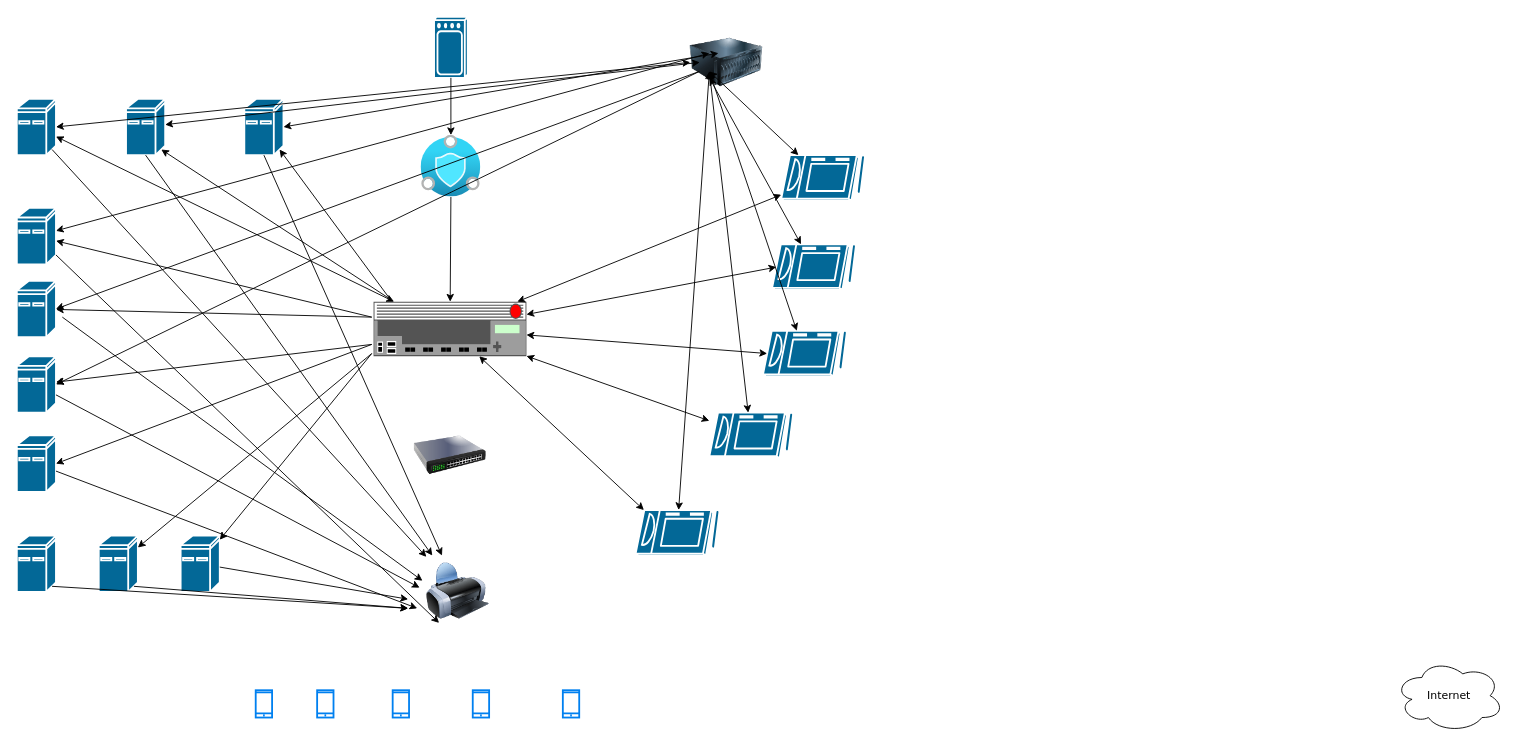
The draw.io diagram frontend/Diagramme sans nom.drawio in Steph3146/2022-09-JS-TLSE-MakeSense, before the edit. Source tidied: cells renumbered, new cells numbered last; positions are measured from the earlier drawing's top-left corner, leaving out a move shared by most shapes. Both pictures are drawn from the tidied source at 91%, with x=0, y=0 at pixel (16, 16).
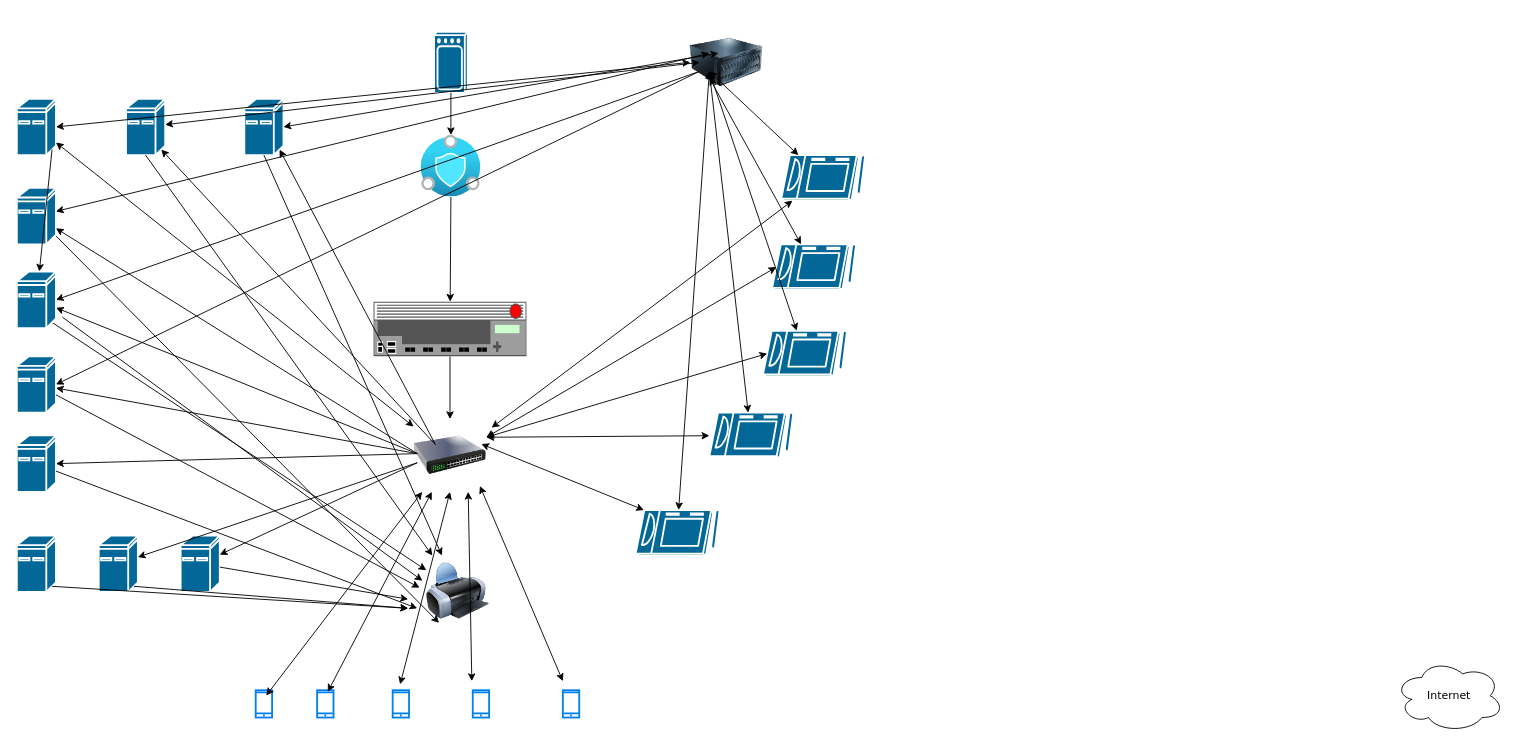
Above is the later version.

Commit message (it also covers changes not shown here):
Mettre à jour Diagramme sans nom.drawio

The change refers to these unchanged cells:
```xml
<mxCell id="3" style="shape=mxgraph.cisco.computers_and_peripherals.ibm_mini_as400;sketch=0;html=1;dashed=0;fillColor=#036897;strokeColor=#ffffff;strokeWidth=2;verticalLabelPosition=bottom;verticalAlign=top;align=center;outlineConnect=0;" parent="1" vertex="1">
  <mxGeometry y="90" width="43" height="62" as="geometry" />
</mxCell>
<mxCell id="4" style="shape=mxgraph.cisco.computers_and_peripherals.ibm_mini_as400;sketch=0;html=1;dashed=0;fillColor=#036897;strokeColor=#ffffff;strokeWidth=2;verticalLabelPosition=bottom;verticalAlign=top;align=center;outlineConnect=0;" parent="1" vertex="1">
  <mxGeometry x="250" y="90" width="43" height="62" as="geometry" />
</mxCell>
<mxCell id="6" style="shape=mxgraph.cisco.computers_and_peripherals.ibm_mini_as400;sketch=0;html=1;dashed=0;fillColor=#036897;strokeColor=#ffffff;strokeWidth=2;verticalLabelPosition=bottom;verticalAlign=top;align=center;outlineConnect=0;" parent="1" vertex="1">
  <mxGeometry y="460" width="43" height="62" as="geometry" />
</mxCell>
<mxCell id="9" style="shape=mxgraph.cisco.computers_and_peripherals.ibm_mini_as400;sketch=0;html=1;dashed=0;fillColor=#036897;strokeColor=#ffffff;strokeWidth=2;verticalLabelPosition=bottom;verticalAlign=top;align=center;outlineConnect=0;" parent="1" vertex="1">
  <mxGeometry x="120" y="90" width="43" height="62" as="geometry" />
</mxCell>
<mxCell id="10" style="shape=mxgraph.cisco.computers_and_peripherals.ibm_mini_as400;sketch=0;html=1;dashed=0;fillColor=#036897;strokeColor=#ffffff;strokeWidth=2;verticalLabelPosition=bottom;verticalAlign=top;align=center;outlineConnect=0;" parent="1" vertex="1">
  <mxGeometry y="373" width="43" height="62" as="geometry" />
</mxCell>
<mxCell id="11" style="shape=mxgraph.cisco.computers_and_peripherals.ibm_mini_as400;sketch=0;html=1;dashed=0;fillColor=#036897;strokeColor=#ffffff;strokeWidth=2;verticalLabelPosition=bottom;verticalAlign=top;align=center;outlineConnect=0;" parent="1" vertex="1">
  <mxGeometry x="180" y="570" width="43" height="62" as="geometry" />
</mxCell>
<mxCell id="12" style="shape=mxgraph.cisco.computers_and_peripherals.tablet;sketch=0;html=1;dashed=0;fillColor=#036897;strokeColor=#ffffff;strokeWidth=2;verticalLabelPosition=bottom;verticalAlign=top;align=center;outlineConnect=0;" parent="1" vertex="1">
  <mxGeometry x="820" y="345" width="91" height="50" as="geometry" />
</mxCell>
<mxCell id="13" style="shape=mxgraph.cisco.computers_and_peripherals.tablet;sketch=0;html=1;dashed=0;fillColor=#036897;strokeColor=#ffffff;strokeWidth=2;verticalLabelPosition=bottom;verticalAlign=top;align=center;outlineConnect=0;" parent="1" vertex="1">
  <mxGeometry x="761" y="435" width="91" height="50" as="geometry" />
</mxCell>
<mxCell id="14" style="shape=mxgraph.cisco.computers_and_peripherals.tablet;sketch=0;html=1;dashed=0;fillColor=#036897;strokeColor=#ffffff;strokeWidth=2;verticalLabelPosition=bottom;verticalAlign=top;align=center;outlineConnect=0;" parent="1" vertex="1">
  <mxGeometry x="840" y="152" width="91" height="50" as="geometry" />
</mxCell>
<mxCell id="15" style="shape=mxgraph.cisco.computers_and_peripherals.tablet;sketch=0;html=1;dashed=0;fillColor=#036897;strokeColor=#ffffff;strokeWidth=2;verticalLabelPosition=bottom;verticalAlign=top;align=center;outlineConnect=0;" parent="1" vertex="1">
  <mxGeometry x="830" y="250" width="91" height="50" as="geometry" />
</mxCell>
<mxCell id="16" style="shape=mxgraph.cisco.computers_and_peripherals.tablet;sketch=0;html=1;dashed=0;fillColor=#036897;strokeColor=#ffffff;strokeWidth=2;verticalLabelPosition=bottom;verticalAlign=top;align=center;outlineConnect=0;" parent="1" vertex="1">
  <mxGeometry x="680" y="542" width="91" height="50" as="geometry" />
</mxCell>
<mxCell id="17" style="html=1;verticalLabelPosition=bottom;align=center;labelBackgroundColor=#ffffff;verticalAlign=top;strokeWidth=2;strokeColor=#0080F0;shadow=0;dashed=0;shape=mxgraph.ios7.icons.smartphone;" parent="1" vertex="1">
  <mxGeometry x="262.5" y="740" width="18" height="30" as="geometry" />
</mxCell>
<mxCell id="19" style="strokeColor=#666666;html=1;labelPosition=right;align=left;spacingLeft=15;shadow=0;dashed=0;outlineConnect=0;shape=mxgraph.rack.f5.big_ip_110x0;" parent="1" vertex="1">
  <mxGeometry x="392" y="313" width="168" height="60" as="geometry" />
</mxCell>
<mxCell id="20" style="image;html=1;image=img/lib/clip_art/networking/Switch_128x128.png;" parent="1" vertex="1">
  <mxGeometry x="436" y="442" width="80" height="80" as="geometry" />
</mxCell>
<mxCell id="21" style="shape=mxgraph.cisco.computers_and_peripherals.ibm_mini_as400;sketch=0;html=1;dashed=0;fillColor=#036897;strokeColor=#ffffff;strokeWidth=2;verticalLabelPosition=bottom;verticalAlign=top;align=center;outlineConnect=0;" parent="1" vertex="1">
  <mxGeometry x="90" y="570" width="43" height="62" as="geometry" />
</mxCell>
<mxCell id="22" style="html=1;verticalLabelPosition=bottom;align=center;labelBackgroundColor=#ffffff;verticalAlign=top;strokeWidth=2;strokeColor=#0080F0;shadow=0;dashed=0;shape=mxgraph.ios7.icons.smartphone;" parent="1" vertex="1">
  <mxGeometry x="413" y="740" width="18" height="30" as="geometry" />
</mxCell>
<mxCell id="25" style="html=1;verticalLabelPosition=bottom;align=center;labelBackgroundColor=#ffffff;verticalAlign=top;strokeWidth=2;strokeColor=#0080F0;shadow=0;dashed=0;shape=mxgraph.ios7.icons.smartphone;" parent="1" vertex="1">
  <mxGeometry x="330" y="740" width="18" height="30" as="geometry" />
</mxCell>
<mxCell id="27" style="image;html=1;image=img/lib/clip_art/computers/Printer_128x128.png;" parent="1" vertex="1">
  <mxGeometry x="450" y="592" width="69" height="78" as="geometry" />
</mxCell>
```

Diff of the diagram source:
```diff
@@
-    <mxCell id="7" style="shape=mxgraph.cisco.computers_and_peripherals.ibm_mini_as400;sketch=0;html=1;dashed=0;fillColor=#036897;strokeColor=#ffffff;strokeWidth=2;verticalLabelPosition=bottom;verticalAlign=top;align=center;outlineConnect=0;" parent="1" vertex="1">
-      <mxGeometry y="290" width="43" height="62" as="geometry" />
-    </mxCell>
     <mxCell id="8" style="shape=mxgraph.cisco.computers_and_peripherals.ibm_mini_as400;sketch=0;html=1;dashed=0;fillColor=#036897;strokeColor=#ffffff;strokeWidth=2;verticalLabelPosition=bottom;verticalAlign=top;align=center;outlineConnect=0;" parent="1" vertex="1">
-      <mxGeometry y="210" width="43" height="62" as="geometry" />
+      <mxGeometry y="188" width="43" height="62" as="geometry" />
     </mxCell>
@@
+    <mxCell id="61" style="edgeStyle=orthogonalEdgeStyle;rounded=0;jettySize=auto;html=1;" parent="1" edge="1" source="19" target="20">
+      <mxGeometry relative="1" as="geometry" />
+    </mxCell>
@@
     <mxCell id="26" style="shape=mxgraph.cisco.wireless.wireless;html=1;dashed=0;fillColor=#036897;strokeColor=#ffffff;strokeWidth=2;verticalLabelPosition=bottom;verticalAlign=top;align=center;outlineConnect=0;" parent="1" vertex="1">
-      <mxGeometry x="458.5" width="37" height="67" as="geometry" />
+      <mxGeometry x="458.5" y="16.5" width="37" height="67" as="geometry" />
     </mxCell>
@@
     <mxCell id="28" style="endArrow=classic;startArrow=classic;html=1;rounded=0;exitX=0.9;exitY=0.9;exitDx=0;exitDy=0;exitPerimeter=0;entryX=0.9;entryY=0.9;entryDx=0;entryDy=0;entryPerimeter=0;" parent="1" edge="1" source="4" target="9">
       <mxGeometry relative="1" as="geometry">
         <Array as="points">
-          <mxPoint x="410" y="310" />
+          <mxPoint x="460" y="470" />
         </Array>
       </mxGeometry>
     </mxCell>
-    <mxCell id="29" style="endArrow=classic;startArrow=classic;html=1;rounded=0;" parent="1" edge="1" source="3" target="19">
+    <mxCell id="29" style="endArrow=classic;startArrow=classic;html=1;rounded=0;" parent="1" edge="1" source="3" target="20">
       <mxGeometry relative="1" as="geometry" />
     </mxCell>
     <mxCell id="30" style="endArrow=classic;startArrow=classic;html=1;rounded=0;" parent="1" edge="1" source="8" target="7">
       <mxGeometry relative="1" as="geometry">
         <Array as="points">
-          <mxPoint x="390" y="330" />
+          <mxPoint x="440" y="480" />
         </Array>
       </mxGeometry>
     </mxCell>
     <mxCell id="31" style="endArrow=classic;startArrow=classic;html=1;rounded=0;entryX=1;entryY=0.5;entryDx=0;entryDy=0;entryPerimeter=0;" parent="1" edge="1" source="10" target="6">
       <mxGeometry relative="1" as="geometry">
         <Array as="points">
-          <mxPoint x="390" y="360" />
+          <mxPoint x="440" y="480" />
         </Array>
       </mxGeometry>
     </mxCell>
     <mxCell id="32" style="endArrow=classic;startArrow=classic;html=1;rounded=0;" parent="1" edge="1" source="21" target="11">
       <mxGeometry relative="1" as="geometry">
         <Array as="points">
-          <mxPoint x="390" y="370" />
+          <mxPoint x="440" y="490" />
         </Array>
       </mxGeometry>
     </mxCell>
@@
-    <mxCell id="38" style="endArrow=classic;html=1;rounded=0;exitX=0.9;exitY=0.9;exitDx=0;exitDy=0;exitPerimeter=0;" parent="1" edge="1" source="3" target="27">
+    <mxCell id="38" style="endArrow=classic;html=1;rounded=0;exitX=0.9;exitY=0.9;exitDx=0;exitDy=0;exitPerimeter=0;" parent="1" edge="1" source="7" target="27">
       <mxGeometry relative="1" as="geometry" />
     </mxCell>
@@
-    <mxCell id="46" style="endArrow=classic;startArrow=classic;html=1;rounded=0;" parent="1" edge="1" source="14" target="19">
+    <mxCell id="46" style="endArrow=classic;startArrow=classic;html=1;rounded=0;entryX=1.072;entryY=0.118;entryDx=0;entryDy=0;entryPerimeter=0;" parent="1" edge="1" source="14" target="20">
       <mxGeometry relative="1" as="geometry" />
     </mxCell>
-    <mxCell id="47" style="endArrow=classic;startArrow=classic;html=1;rounded=0;exitX=0.05;exitY=0.5;exitDx=0;exitDy=0;exitPerimeter=0;" parent="1" edge="1" source="15" target="19">
+    <mxCell id="47" style="endArrow=classic;startArrow=classic;html=1;rounded=0;exitX=0.05;exitY=0.5;exitDx=0;exitDy=0;exitPerimeter=0;entryX=1;entryY=0.25;entryDx=0;entryDy=0;" parent="1" edge="1" source="15" target="20">
       <mxGeometry relative="1" as="geometry" />
     </mxCell>
-    <mxCell id="48" style="endArrow=classic;startArrow=classic;html=1;rounded=0;exitX=0.05;exitY=0.5;exitDx=0;exitDy=0;exitPerimeter=0;" parent="1" edge="1" source="12" target="19">
+    <mxCell id="48" style="endArrow=classic;startArrow=classic;html=1;rounded=0;exitX=0.05;exitY=0.5;exitDx=0;exitDy=0;exitPerimeter=0;entryX=1;entryY=0.25;entryDx=0;entryDy=0;" parent="1" edge="1" source="12" target="20">
       <mxGeometry relative="1" as="geometry" />
     </mxCell>
-    <mxCell id="49" style="endArrow=classic;startArrow=classic;html=1;rounded=0;" parent="1" edge="1" source="13" target="19">
+    <mxCell id="49" style="endArrow=classic;startArrow=classic;html=1;rounded=0;entryX=1;entryY=0.25;entryDx=0;entryDy=0;" parent="1" edge="1" source="13" target="20">
       <mxGeometry relative="1" as="geometry" />
     </mxCell>
-    <mxCell id="50" style="endArrow=classic;startArrow=classic;html=1;rounded=0;exitX=0.1;exitY=0;exitDx=0;exitDy=0;exitPerimeter=0;" parent="1" edge="1" source="16" target="19">
+    <mxCell id="50" style="endArrow=classic;startArrow=classic;html=1;rounded=0;exitX=0.1;exitY=0;exitDx=0;exitDy=0;exitPerimeter=0;entryX=0.931;entryY=0.343;entryDx=0;entryDy=0;entryPerimeter=0;" parent="1" edge="1" source="16" target="20">
       <mxGeometry relative="1" as="geometry" />
     </mxCell>
@@
+    <mxCell id="62" style="endArrow=classic;startArrow=classic;html=1;rounded=0;entryX=0.25;entryY=1;entryDx=0;entryDy=0;exitX=0.651;exitY=0.057;exitDx=0;exitDy=0;exitPerimeter=0;" parent="1" edge="1" source="25" target="20">
+      <mxGeometry relative="1" as="geometry" />
+    </mxCell>
+    <mxCell id="63" style="endArrow=classic;startArrow=classic;html=1;rounded=0;exitX=0.641;exitY=0.194;exitDx=0;exitDy=0;exitPerimeter=0;" parent="1" edge="1" source="17" target="20">
+      <mxGeometry relative="1" as="geometry" />
+    </mxCell>
+    <mxCell id="64" style="endArrow=classic;startArrow=classic;html=1;rounded=0;entryX=0.456;entryY=-0.216;entryDx=0;entryDy=0;entryPerimeter=0;exitX=0.5;exitY=1;exitDx=0;exitDy=0;" parent="1" edge="1" source="20" target="22">
+      <mxGeometry relative="1" as="geometry" />
+    </mxCell>
+    <mxCell id="65" style="endArrow=classic;startArrow=classic;html=1;rounded=0;exitX=0.75;exitY=1;exitDx=0;exitDy=0;" parent="1" edge="1" source="20">
+      <mxGeometry relative="1" as="geometry">
+        <mxPoint x="500" y="730" as="targetPoint" />
+      </mxGeometry>
+    </mxCell>
+    <mxCell id="66" style="endArrow=classic;startArrow=classic;html=1;rounded=0;exitX=0.911;exitY=0.92;exitDx=0;exitDy=0;exitPerimeter=0;" parent="1" edge="1" source="20">
+      <mxGeometry relative="1" as="geometry">
+        <mxPoint x="600" y="730" as="targetPoint" />
+      </mxGeometry>
+    </mxCell>
+    <mxCell id="67" style="endArrow=classic;html=1;rounded=0;exitX=0.9;exitY=0.9;exitDx=0;exitDy=0;exitPerimeter=0;" parent="1" edge="1" source="3" target="7">
+      <mxGeometry relative="1" as="geometry" />
+    </mxCell>
+    <mxCell id="7" style="shape=mxgraph.cisco.computers_and_peripherals.ibm_mini_as400;sketch=0;html=1;dashed=0;fillColor=#036897;strokeColor=#ffffff;strokeWidth=2;verticalLabelPosition=bottom;verticalAlign=top;align=center;outlineConnect=0;" parent="1" vertex="1">
+      <mxGeometry y="280" width="43" height="62" as="geometry" />
+    </mxCell>
```
